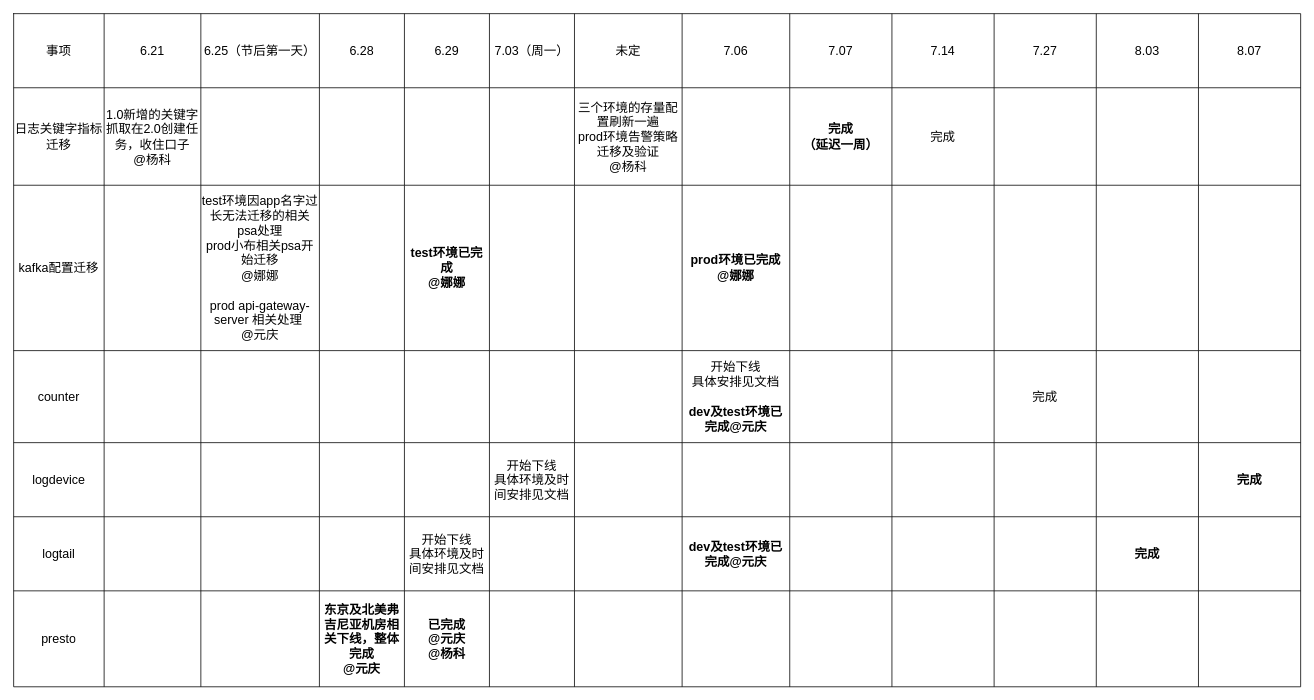
jingb/pythonRepo keeps this draw.io diagram as 未命名绘图.drawio. Above is the earlier version. Source tidied: cells renumbered, new cells numbered last; positions are measured from the earlier drawing's top-left corner, leaving out a move shared by most shapes. Both pictures are drawn from the tidied source at 78%, with x=0, y=0 at pixel (13, 13).
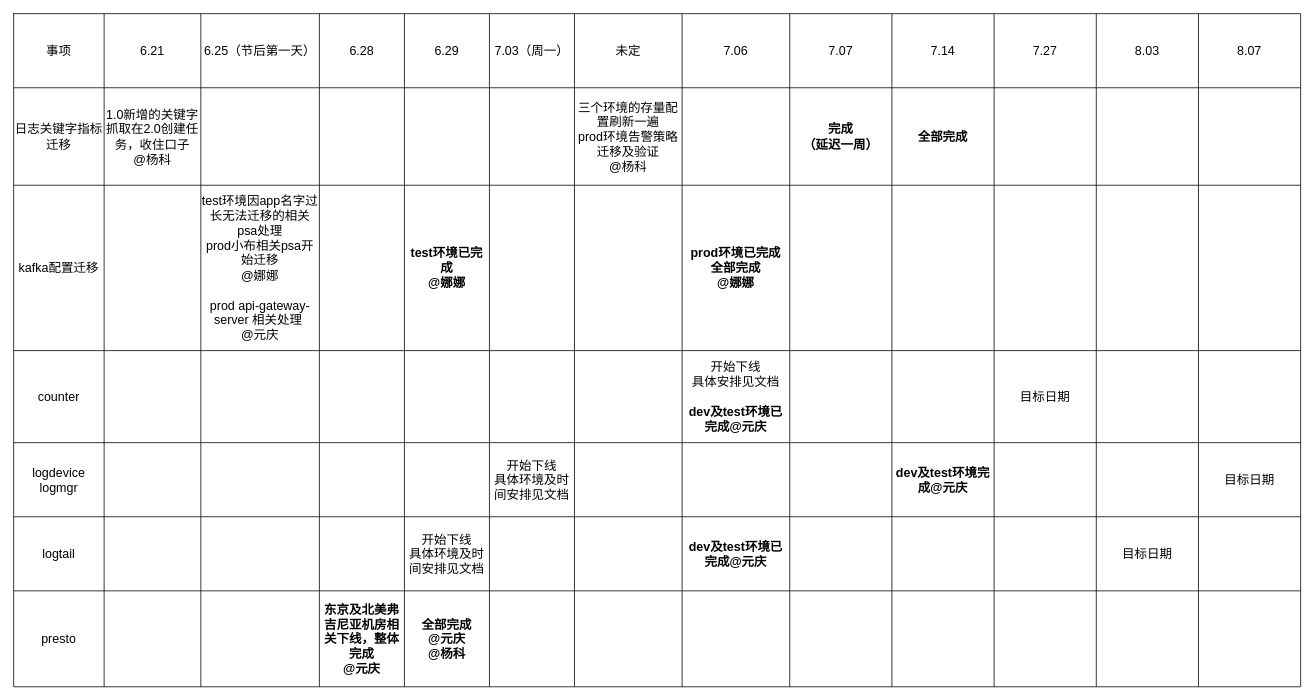
Above is the later version.

Commit message:
更新未命名绘图.drawio

Unchanged cells that the change refers to:
```xml
<mxCell id="17" style="shape=tableRow;horizontal=0;startSize=0;swimlaneHead=0;swimlaneBody=0;strokeColor=inherit;top=0;left=0;bottom=0;right=0;fillColor=none;fontSize=16;" parent="2" vertex="1">
  <mxGeometry y="95" width="1650" height="125" as="geometry" />
</mxCell>
<mxCell id="31" style="shape=tableRow;horizontal=0;startSize=0;swimlaneHead=0;swimlaneBody=0;strokeColor=inherit;top=0;left=0;bottom=0;right=0;fillColor=none;fontSize=16;" parent="2" vertex="1">
  <mxGeometry y="220" width="1650" height="212" as="geometry" />
</mxCell>
<mxCell id="45" style="shape=tableRow;horizontal=0;startSize=0;swimlaneHead=0;swimlaneBody=0;strokeColor=inherit;top=0;left=0;bottom=0;right=0;fillColor=none;fontSize=16;" parent="2" vertex="1">
  <mxGeometry y="432" width="1650" height="118" as="geometry" />
</mxCell>
<mxCell id="59" style="shape=tableRow;horizontal=0;startSize=0;swimlaneHead=0;swimlaneBody=0;strokeColor=inherit;top=0;left=0;bottom=0;right=0;fillColor=none;fontSize=16;" parent="2" vertex="1">
  <mxGeometry y="550" width="1650" height="95" as="geometry" />
</mxCell>
<mxCell id="73" style="shape=tableRow;horizontal=0;startSize=0;swimlaneHead=0;swimlaneBody=0;strokeColor=inherit;top=0;left=0;bottom=0;right=0;fillColor=none;fontSize=16;" parent="2" vertex="1">
  <mxGeometry y="645" width="1650" height="95" as="geometry" />
</mxCell>
<mxCell id="87" style="shape=tableRow;horizontal=0;startSize=0;swimlaneHead=0;swimlaneBody=0;strokeColor=inherit;top=0;left=0;bottom=0;right=0;fillColor=none;fontSize=16;" parent="2" vertex="1">
  <mxGeometry y="740" width="1650" height="123" as="geometry" />
</mxCell>
```

Diff of the diagram source:
```diff
@@
-    <mxCell id="27" value="完成" style="shape=partialRectangle;html=1;whiteSpace=wrap;strokeColor=inherit;overflow=hidden;fillColor=none;top=0;left=0;bottom=0;right=0;fontSize=16;" parent="17" vertex="1">
+    <mxCell id="27" value="&lt;b&gt;全部完成&lt;/b&gt;" style="shape=partialRectangle;html=1;whiteSpace=wrap;strokeColor=inherit;overflow=hidden;fillColor=none;top=0;left=0;bottom=0;right=0;fontSize=16;" parent="17" vertex="1">
       <mxGeometry x="1126" width="131" height="125" as="geometry" />
     </mxCell>
@@
-    <mxCell id="39" value="&lt;b&gt;prod环境已完成&lt;br&gt;@娜娜&lt;/b&gt;" style="shape=partialRectangle;html=1;whiteSpace=wrap;strokeColor=inherit;overflow=hidden;fillColor=none;top=0;left=0;bottom=0;right=0;fontSize=16;" parent="31" vertex="1">
+    <mxCell id="39" value="&lt;b&gt;prod环境已完成&lt;br&gt;全部完成&lt;br&gt;@娜娜&lt;/b&gt;" style="shape=partialRectangle;html=1;whiteSpace=wrap;strokeColor=inherit;overflow=hidden;fillColor=none;top=0;left=0;bottom=0;right=0;fontSize=16;" parent="31" vertex="1">
       <mxGeometry x="857" width="138" height="212" as="geometry" />
     </mxCell>
@@
-    <mxCell id="56" value="完成" style="shape=partialRectangle;html=1;whiteSpace=wrap;strokeColor=inherit;overflow=hidden;fillColor=none;top=0;left=0;bottom=0;right=0;fontSize=16;" parent="45" vertex="1">
+    <mxCell id="56" value="目标日期" style="shape=partialRectangle;html=1;whiteSpace=wrap;strokeColor=inherit;overflow=hidden;fillColor=none;top=0;left=0;bottom=0;right=0;fontSize=16;" parent="45" vertex="1">
       <mxGeometry x="1257" width="131" height="118" as="geometry" />
     </mxCell>
@@
-    <mxCell id="60" value="logdevice" style="shape=partialRectangle;html=1;whiteSpace=wrap;strokeColor=inherit;overflow=hidden;fillColor=none;top=0;left=0;bottom=0;right=0;fontSize=16;" parent="59" vertex="1">
+    <mxCell id="60" value="logdevice&lt;br&gt;logmgr" style="shape=partialRectangle;html=1;whiteSpace=wrap;strokeColor=inherit;overflow=hidden;fillColor=none;top=0;left=0;bottom=0;right=0;fontSize=16;" parent="59" vertex="1">
       <mxGeometry width="116" height="95" as="geometry" />
     </mxCell>
@@
-    <mxCell id="69" style="shape=partialRectangle;html=1;whiteSpace=wrap;strokeColor=inherit;overflow=hidden;fillColor=none;top=0;left=0;bottom=0;right=0;fontSize=16;" parent="59" vertex="1">
+    <mxCell id="69" value="&lt;b&gt;dev及test环境完成@元庆&lt;/b&gt;" style="shape=partialRectangle;html=1;whiteSpace=wrap;strokeColor=inherit;overflow=hidden;fillColor=none;top=0;left=0;bottom=0;right=0;fontSize=16;" parent="59" vertex="1">
       <mxGeometry x="1126" width="131" height="95" as="geometry" />
     </mxCell>
@@
-    <mxCell id="72" value="&lt;b style=&quot;border-color: var(--border-color);&quot;&gt;完成&lt;/b&gt;" style="shape=partialRectangle;html=1;whiteSpace=wrap;strokeColor=inherit;overflow=hidden;fillColor=none;top=0;left=0;bottom=0;right=0;fontSize=16;" parent="59" vertex="1">
+    <mxCell id="72" value="&lt;span style=&quot;border-color: var(--border-color);&quot;&gt;目标日期&lt;/span&gt;" style="shape=partialRectangle;html=1;whiteSpace=wrap;strokeColor=inherit;overflow=hidden;fillColor=none;top=0;left=0;bottom=0;right=0;fontSize=16;" parent="59" vertex="1">
       <mxGeometry x="1519" width="131" height="95" as="geometry" />
     </mxCell>
@@
-    <mxCell id="85" value="&lt;b style=&quot;border-color: var(--border-color);&quot;&gt;完成&lt;/b&gt;" style="shape=partialRectangle;html=1;whiteSpace=wrap;strokeColor=inherit;overflow=hidden;fillColor=none;top=0;left=0;bottom=0;right=0;fontSize=16;" parent="73" vertex="1">
+    <mxCell id="85" value="目标日期" style="shape=partialRectangle;html=1;whiteSpace=wrap;strokeColor=inherit;overflow=hidden;fillColor=none;top=0;left=0;bottom=0;right=0;fontSize=16;" parent="73" vertex="1">
       <mxGeometry x="1388" width="131" height="95" as="geometry" />
     </mxCell>
@@
-    <mxCell id="92" value="&lt;b&gt;已完成&lt;br&gt;@元庆&lt;br&gt;@杨科&lt;br&gt;&lt;/b&gt;" style="shape=partialRectangle;html=1;whiteSpace=wrap;strokeColor=inherit;overflow=hidden;fillColor=none;top=0;left=0;bottom=0;right=0;fontSize=16;" parent="87" vertex="1">
+    <mxCell id="92" value="&lt;b&gt;全部完成&lt;br&gt;@元庆&lt;br&gt;@杨科&lt;br&gt;&lt;/b&gt;" style="shape=partialRectangle;html=1;whiteSpace=wrap;strokeColor=inherit;overflow=hidden;fillColor=none;top=0;left=0;bottom=0;right=0;fontSize=16;" parent="87" vertex="1">
       <mxGeometry x="501" width="109" height="123" as="geometry" />
     </mxCell>
```
